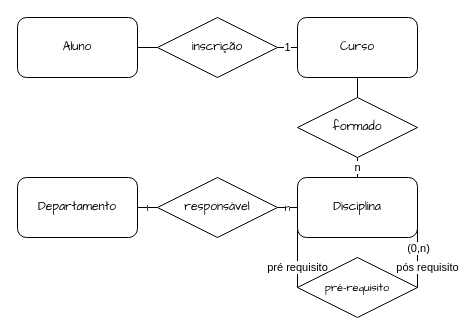
This is aula1104.drawio from PedroVitorCarFerSilva/Diagrams, a draw.io file, before an edit. Source tidied: cells renumbered, new cells numbered last; positions are measured from the earlier drawing's top-left corner, leaving out a move shared by most shapes. Both pictures are drawn from the tidied source at 100%, with x=0, y=0 at pixel (17, 17).
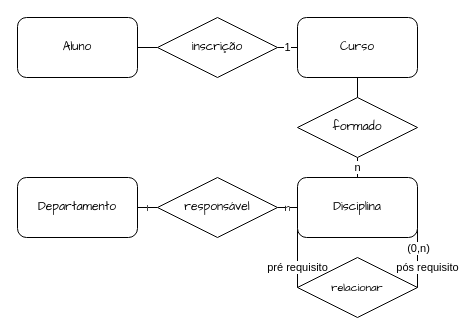
Above is the later version.

The edit, as a diff of the source:
```diff
@@
-    <mxCell id="11" value="pré-requisito" style="shape=rhombus;perimeter=rhombusPerimeter;whiteSpace=wrap;html=1;align=center;fontFamily=Comic Sans MS;fontSize=11;fontColor=default;" parent="1" vertex="1">
+    <mxCell id="11" value="relacionar" style="shape=rhombus;perimeter=rhombusPerimeter;whiteSpace=wrap;html=1;align=center;fontFamily=Comic Sans MS;fontSize=11;fontColor=default;" parent="1" vertex="1">
       <mxGeometry x="280" y="240" width="120" height="60" as="geometry" />
     </mxCell>
```
